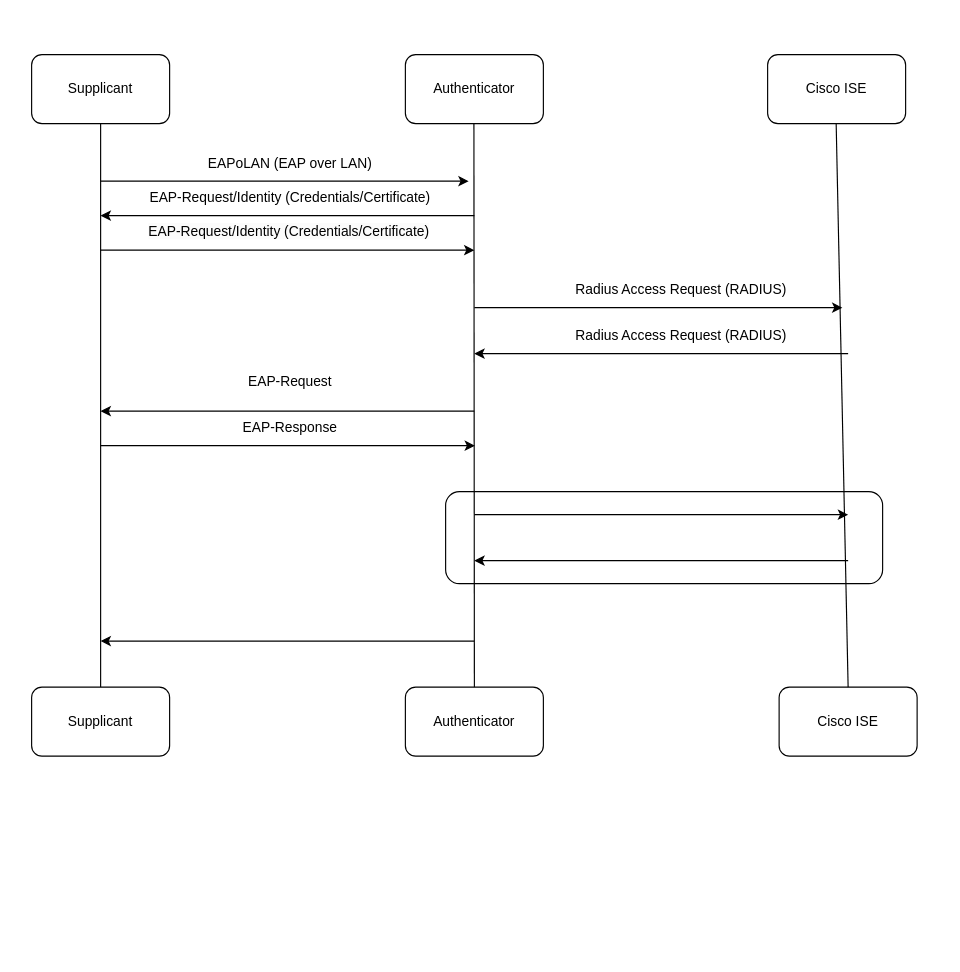
Above: folder1/Untitled Diagram.drawio in thundah-quack/Draw.IO_charts (draw.io), before the change. Source tidied: cells renumbered, new cells numbered last; positions are measured from the earlier drawing's top-left corner, leaving out a move shared by most shapes. Both pictures are drawn from the tidied source at 115%, with x=0, y=0 at pixel (31, 54).
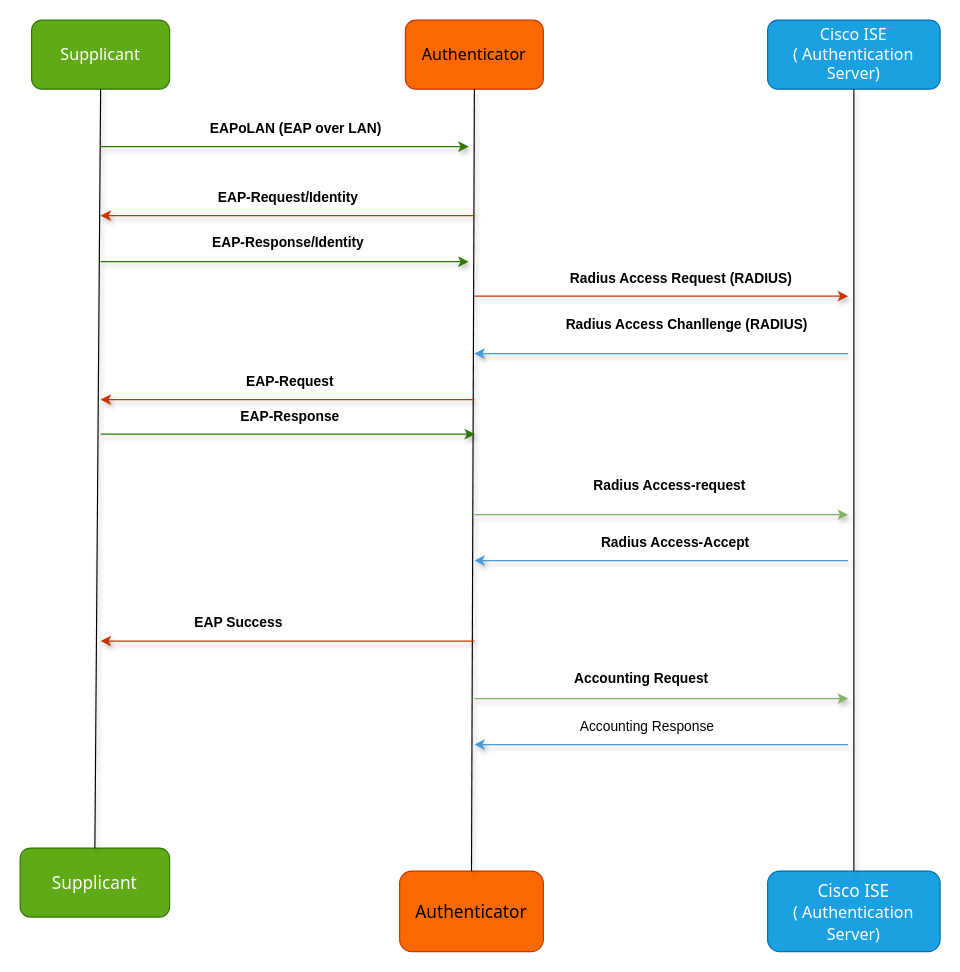
After the change.

The edit, as a diff of the source:
```diff
@@
-    <mxCell id="2" value="Supplicant" style="rounded=1;whiteSpace=wrap;html=1;" parent="1" vertex="1">
-      <mxGeometry width="120" height="60" as="geometry" />
+    <mxCell id="2" value="&lt;font face=&quot;Tahoma&quot; style=&quot;font-size: 14px;&quot;&gt;Supplicant&lt;/font&gt;" style="rounded=1;whiteSpace=wrap;html=1;fillColor=#60a917;fontColor=#ffffff;strokeColor=#2D7600;" parent="1" vertex="1">
+      <mxGeometry y="-30" width="120" height="60" as="geometry" />
     </mxCell>
-    <mxCell id="3" value="Authenticator" style="rounded=1;whiteSpace=wrap;html=1;" parent="1" vertex="1">
-      <mxGeometry x="325" width="120" height="60" as="geometry" />
+    <mxCell id="3" value="&lt;font style=&quot;font-size: 14px;&quot;&gt;Authenticator&lt;/font&gt;" style="rounded=1;whiteSpace=wrap;html=1;fillColor=#fa6800;fontColor=#000000;strokeColor=#C73500;fontFamily=Tahoma;" parent="1" vertex="1">
+      <mxGeometry x="325" y="-30" width="120" height="60" as="geometry" />
     </mxCell>
-    <mxCell id="4" value="Supplicant" style="rounded=1;whiteSpace=wrap;html=1;" parent="1" vertex="1">
-      <mxGeometry y="550" width="120" height="60" as="geometry" />
+    <mxCell id="4" value="&lt;font style=&quot;font-size: 15px;&quot;&gt;Supplicant&lt;/font&gt;" style="rounded=1;whiteSpace=wrap;html=1;fontFamily=Tahoma;fillColor=#60a917;fontColor=#ffffff;strokeColor=#2D7600;" parent="1" vertex="1">
+      <mxGeometry x="-10" y="690" width="130" height="60" as="geometry" />
     </mxCell>
-    <mxCell id="5" value="Authenticator" style="rounded=1;whiteSpace=wrap;html=1;" parent="1" vertex="1">
-      <mxGeometry x="325" y="550" width="120" height="60" as="geometry" />
+    <mxCell id="5" value="&lt;font style=&quot;font-size: 15px;&quot;&gt;Authenticator&lt;/font&gt;" style="rounded=1;whiteSpace=wrap;html=1;fontFamily=Tahoma;fillColor=#fa6800;fontColor=#000000;strokeColor=#C73500;" parent="1" vertex="1">
+      <mxGeometry x="320" y="710" width="125" height="70" as="geometry" />
     </mxCell>
-    <mxCell id="6" style="endArrow=none;html=1;rounded=0;entryX=0.5;entryY=1;entryDx=0;entryDy=0;exitX=0.5;exitY=0;exitDx=0;exitDy=0;" parent="1" edge="1" source="4" target="2">
+    <mxCell id="6" style="endArrow=none;html=1;rounded=0;entryX=0.5;entryY=1;entryDx=0;entryDy=0;exitX=0.5;exitY=0;exitDx=0;exitDy=0;targetPerimeterSpacing=0;shadow=1;" parent="1" edge="1" source="4" target="2">
       <mxGeometry relative="1" as="geometry" />
     </mxCell>
-    <mxCell id="7" style="endArrow=none;html=1;rounded=0;entryX=0.5;entryY=1;entryDx=0;entryDy=0;exitX=0.5;exitY=0;exitDx=0;exitDy=0;" parent="1" edge="1" source="5">
-      <mxGeometry relative="1" as="geometry">
-        <mxPoint x="384.6" y="60" as="targetPoint" />
-      </mxGeometry>
+    <mxCell id="7" style="endArrow=none;html=1;rounded=0;exitX=0.5;exitY=0;exitDx=0;exitDy=0;entryX=0.5;entryY=1;entryDx=0;entryDy=0;shadow=1;" parent="1" edge="1" source="5" target="3">
+      <mxGeometry relative="1" as="geometry" />
     </mxCell>
-    <mxCell id="8" value="Cisco ISE" style="rounded=1;whiteSpace=wrap;html=1;" parent="1" vertex="1">
-      <mxGeometry x="640" width="120" height="60" as="geometry" />
+    <mxCell id="8" value="&lt;font style=&quot;font-size: 14px;&quot;&gt;Cisco ISE&lt;/font&gt;&lt;div&gt;&lt;font style=&quot;font-size: 14px;&quot;&gt;( Authentication Server)&lt;/font&gt;&lt;/div&gt;" style="rounded=1;whiteSpace=wrap;html=1;fillColor=#1ba1e2;fontColor=#ffffff;strokeColor=#006EAF;fontFamily=Tahoma;" parent="1" vertex="1">
+      <mxGeometry x="640" y="-30" width="150" height="60" as="geometry" />
     </mxCell>
-    <mxCell id="9" value="Cisco ISE" style="rounded=1;whiteSpace=wrap;html=1;" parent="1" vertex="1">
-      <mxGeometry x="650" y="550" width="120" height="60" as="geometry" />
+    <mxCell id="9" value="&lt;font style=&quot;font-size: 15px;&quot;&gt;Cisco ISE&lt;/font&gt;&lt;div&gt;&lt;font style=&quot;font-size: 15px;&quot;&gt;&lt;span style=&quot;font-size: 14px;&quot;&gt;( Authentication Server)&lt;/span&gt;&lt;br&gt;&lt;/font&gt;&lt;/div&gt;" style="rounded=1;whiteSpace=wrap;html=1;fontFamily=Tahoma;fillColor=#1ba1e2;fontColor=#ffffff;strokeColor=#006EAF;" parent="1" vertex="1">
+      <mxGeometry x="640" y="710" width="150" height="70" as="geometry" />
     </mxCell>
-    <mxCell id="10" style="endArrow=none;html=1;rounded=0;entryX=0.5;entryY=1;entryDx=0;entryDy=0;exitX=0.5;exitY=0;exitDx=0;exitDy=0;" parent="1" edge="1" source="9">
-      <mxGeometry relative="1" as="geometry">
-        <mxPoint x="699.6" y="60" as="targetPoint" />
-      </mxGeometry>
+    <mxCell id="10" style="endArrow=none;html=1;rounded=0;entryX=0.5;entryY=1;entryDx=0;entryDy=0;exitX=0.5;exitY=0;exitDx=0;exitDy=0;shadow=1;" parent="1" edge="1" source="9" target="8">
+      <mxGeometry relative="1" as="geometry" />
     </mxCell>
-    <mxCell id="11" style="endArrow=classic;html=1;rounded=0;" parent="1" edge="1">
+    <mxCell id="11" style="endArrow=classic;html=1;rounded=0;fillColor=#60a917;strokeColor=#2D7600;flowAnimation=1;shadow=1;" parent="1" edge="1">
       <mxGeometry relative="1" as="geometry">
-        <mxPoint x="60" y="110" as="sourcePoint" />
-        <mxPoint x="380" y="110" as="targetPoint" />
+        <mxPoint x="60" y="80" as="sourcePoint" />
+        <mxPoint x="380" y="80" as="targetPoint" />
       </mxGeometry>
     </mxCell>
-    <mxCell id="12" style="endArrow=classic;html=1;rounded=0;" parent="1" edge="1">
+    <mxCell id="12" style="endArrow=classic;html=1;rounded=0;fillColor=#fa6800;flowAnimation=1;strokeColor=#C73500;shadow=1;" parent="1" edge="1">
       <mxGeometry relative="1" as="geometry">
         <mxPoint x="385" y="140" as="sourcePoint" />
         <mxPoint x="60" y="140" as="targetPoint" />
       </mxGeometry>
     </mxCell>
-    <mxCell id="13" style="endArrow=classic;html=1;rounded=0;" parent="1" edge="1">
+    <mxCell id="13" style="endArrow=classic;html=1;rounded=0;flowAnimation=1;fillColor=#60a917;strokeColor=#2D7600;shadow=1;" parent="1" edge="1">
       <mxGeometry relative="1" as="geometry">
-        <mxPoint x="60" y="170" as="sourcePoint" />
-        <mxPoint x="385" y="170" as="targetPoint" />
+        <mxPoint x="60" y="180" as="sourcePoint" />
+        <mxPoint x="380" y="180" as="targetPoint" />
       </mxGeometry>
     </mxCell>
-    <mxCell id="14" style="endArrow=classic;html=1;rounded=0;" parent="1" edge="1">
+    <mxCell id="14" style="endArrow=classic;html=1;rounded=0;fillColor=#fa6800;strokeColor=#C73500;flowAnimation=1;shadow=1;" parent="1" edge="1">
       <mxGeometry relative="1" as="geometry">
-        <mxPoint x="385" y="220" as="sourcePoint" />
-        <mxPoint x="705" y="220" as="targetPoint" />
+        <mxPoint x="385" y="210" as="sourcePoint" />
+        <mxPoint x="710" y="210" as="targetPoint" />
       </mxGeometry>
     </mxCell>
-    <mxCell id="15" style="endArrow=classic;html=1;rounded=0;" parent="1" edge="1">
+    <mxCell id="15" style="endArrow=classic;html=1;rounded=0;fillColor=#fa6800;strokeColor=#C73500;flowAnimation=1;shadow=1;" parent="1" edge="1">
       <mxGeometry relative="1" as="geometry">
-        <mxPoint x="385" y="310" as="sourcePoint" />
-        <mxPoint x="60" y="310" as="targetPoint" />
+        <mxPoint x="385" y="300" as="sourcePoint" />
+        <mxPoint x="60" y="300" as="targetPoint" />
       </mxGeometry>
     </mxCell>
-    <mxCell id="16" style="endArrow=classic;html=1;rounded=0;" parent="1" edge="1">
+    <mxCell id="16" style="endArrow=classic;html=1;rounded=0;fillColor=#60a917;strokeColor=#2D7600;flowAnimation=1;shadow=1;" parent="1" edge="1">
       <mxGeometry relative="1" as="geometry">
-        <mxPoint x="60" y="340" as="sourcePoint" />
-        <mxPoint x="385.5" y="340" as="targetPoint" />
+        <mxPoint x="60" y="330" as="sourcePoint" />
+        <mxPoint x="385.5" y="330" as="targetPoint" />
       </mxGeometry>
     </mxCell>
-    <mxCell id="17" style="endArrow=classic;html=1;rounded=0;" parent="1" edge="1">
+    <mxCell id="17" style="endArrow=classic;html=1;rounded=0;fillColor=#dae8fc;strokeColor=#439CE0;flowAnimation=1;shadow=1;" parent="1" edge="1">
       <mxGeometry relative="1" as="geometry">
         <mxPoint x="710" y="260" as="sourcePoint" />
         <mxPoint x="385" y="260" as="targetPoint" />
       </mxGeometry>
     </mxCell>
-    <mxCell id="18" style="endArrow=classic;html=1;rounded=0;" parent="1" edge="1">
+    <mxCell id="18" style="endArrow=classic;html=1;rounded=0;fillColor=#d5e8d4;strokeColor=#82b366;flowAnimation=1;shadow=1;" parent="1" edge="1">
       <mxGeometry relative="1" as="geometry">
         <mxPoint x="385" y="400" as="sourcePoint" />
         <mxPoint x="710" y="400" as="targetPoint" />
       </mxGeometry>
     </mxCell>
-    <mxCell id="19" style="endArrow=classic;html=1;rounded=0;" parent="1" edge="1">
+    <mxCell id="19" style="endArrow=classic;html=1;rounded=0;fillColor=#ffe6cc;strokeColor=#439CE0;flowAnimation=1;shadow=1;" parent="1" edge="1">
       <mxGeometry relative="1" as="geometry">
         <mxPoint x="710" y="440" as="sourcePoint" />
         <mxPoint x="385" y="440" as="targetPoint" />
       </mxGeometry>
     </mxCell>
-    <mxCell id="20" style="endArrow=classic;html=1;rounded=0;" parent="1" edge="1">
+    <mxCell id="20" style="endArrow=classic;html=1;rounded=0;fillColor=#fa6800;strokeColor=#C73500;flowAnimation=1;shadow=1;" parent="1" edge="1">
       <mxGeometry relative="1" as="geometry">
         <mxPoint x="385" y="510" as="sourcePoint" />
         <mxPoint x="60" y="510" as="targetPoint" />
       </mxGeometry>
     </mxCell>
-    <mxCell id="21" value="EAPoLAN (EAP over LAN)" style="text;strokeColor=none;align=center;fillColor=none;html=1;verticalAlign=middle;whiteSpace=wrap;rounded=0;" parent="1" vertex="1">
-      <mxGeometry x="150" y="80" width="150" height="30" as="geometry" />
+    <mxCell id="21" value="EAPoLAN (EAP over LAN)" style="text;strokeColor=none;align=center;fillColor=none;html=1;verticalAlign=middle;whiteSpace=wrap;rounded=0;fontStyle=1;" parent="1" vertex="1">
+      <mxGeometry x="150" y="50" width="160" height="30" as="geometry" />
     </mxCell>
-    <mxCell id="22" value="EAP-Request/Identity (Credentials/Certificate)" style="text;strokeColor=none;align=center;fillColor=none;html=1;verticalAlign=middle;whiteSpace=wrap;rounded=0;" parent="1" vertex="1">
+    <mxCell id="22" value="EAP-Request/Identity&amp;nbsp;" style="text;strokeColor=none;align=center;fillColor=none;html=1;verticalAlign=middle;whiteSpace=wrap;rounded=0;fontStyle=1;" parent="1" vertex="1">
       <mxGeometry x="100" y="110" width="250" height="30" as="geometry" />
     </mxCell>
-    <mxCell id="23" value="&lt;span style=&quot;color: rgb(0, 0, 0); font-family: Helvetica; font-size: 12px; font-style: normal; font-variant-ligatures: normal; font-variant-caps: normal; font-weight: 400; letter-spacing: normal; orphans: 2; text-align: center; text-indent: 0px; text-transform: none; widows: 2; word-spacing: 0px; -webkit-text-stroke-width: 0px; white-space: normal; background-color: rgb(251, 251, 251); text-decoration-thickness: initial; text-decoration-style: initial; text-decoration-color: initial; display: inline !important; float: none;&quot;&gt;EAP-Request/Identity (Credentials/Certificate)&lt;/span&gt;" style="text;whiteSpace=wrap;html=1;" parent="1" vertex="1">
-      <mxGeometry x="100" y="140" width="280" height="40" as="geometry" />
+    <mxCell id="23" value="&lt;span style=&quot;color: rgb(0, 0, 0); font-family: Helvetica; font-size: 12px; font-style: normal; font-variant-ligatures: normal; font-variant-caps: normal; letter-spacing: normal; orphans: 2; text-indent: 0px; text-transform: none; widows: 2; word-spacing: 0px; -webkit-text-stroke-width: 0px; white-space: normal; background-color: rgb(251, 251, 251); text-decoration-thickness: initial; text-decoration-style: initial; text-decoration-color: initial; float: none; display: inline !important;&quot;&gt;EAP-Response/Identity&amp;nbsp;&lt;/span&gt;" style="text;whiteSpace=wrap;html=1;align=center;fontStyle=1;" parent="1" vertex="1">
+      <mxGeometry x="85" y="150" width="280" height="20" as="geometry" />
     </mxCell>
-    <mxCell id="24" value="Radius Access Request (RADIUS)" style="text;strokeColor=none;align=center;fillColor=none;html=1;verticalAlign=middle;whiteSpace=wrap;rounded=0;" parent="1" vertex="1">
-      <mxGeometry x="470" y="190" width="190" height="30" as="geometry" />
+    <mxCell id="24" value="Radius Access Request (RADIUS)" style="text;strokeColor=none;align=center;fillColor=none;html=1;verticalAlign=middle;whiteSpace=wrap;rounded=0;fontStyle=1;" parent="1" vertex="1">
+      <mxGeometry x="465" y="180" width="200" height="30" as="geometry" />
     </mxCell>
-    <mxCell id="25" value="Radius Access Request (RADIUS)" style="text;strokeColor=none;align=center;fillColor=none;html=1;verticalAlign=middle;whiteSpace=wrap;rounded=0;" parent="1" vertex="1">
-      <mxGeometry x="470" y="230" width="190" height="30" as="geometry" />
+    <mxCell id="25" value="Radius Access Chanllenge (RADIUS)" style="text;strokeColor=none;align=center;fillColor=none;html=1;verticalAlign=middle;whiteSpace=wrap;rounded=0;fontStyle=1;" parent="1" vertex="1">
+      <mxGeometry x="455" y="220" width="230" height="30" as="geometry" />
     </mxCell>
-    <mxCell id="26" value="EAP-Request" style="text;strokeColor=none;align=center;fillColor=none;html=1;verticalAlign=middle;whiteSpace=wrap;rounded=0;" parent="1" vertex="1">
+    <mxCell id="26" value="EAP-Request" style="text;strokeColor=none;align=center;fillColor=none;html=1;verticalAlign=middle;whiteSpace=wrap;rounded=0;fontStyle=1;" parent="1" vertex="1">
       <mxGeometry x="150" y="270" width="150" height="30" as="geometry" />
     </mxCell>
-    <mxCell id="27" value="EAP-Response" style="text;strokeColor=none;align=center;fillColor=none;html=1;verticalAlign=middle;whiteSpace=wrap;rounded=0;" parent="1" vertex="1">
-      <mxGeometry x="150" y="310" width="150" height="30" as="geometry" />
+    <mxCell id="27" value="EAP-Response" style="text;strokeColor=none;align=center;fillColor=none;html=1;verticalAlign=middle;whiteSpace=wrap;rounded=0;fontStyle=1;" parent="1" vertex="1">
+      <mxGeometry x="150" y="300" width="150" height="30" as="geometry" />
     </mxCell>
-    <mxCell id="28" style="rounded=1;whiteSpace=wrap;html=1;fillColor=none;" parent="1" vertex="1">
-      <mxGeometry x="360" y="380" width="380" height="80" as="geometry" />
-    </mxCell>
+    <mxCell id="29" value="Radius Access-request" style="text;strokeColor=none;align=center;fillColor=none;html=1;verticalAlign=middle;whiteSpace=wrap;rounded=0;fontStyle=1;fontSize=12;" parent="1" vertex="1">
+      <mxGeometry x="480" y="360" width="150" height="30" as="geometry" />
+    </mxCell>
+    <mxCell id="30" value="Radius Access-Accept" style="text;strokeColor=none;align=center;fillColor=none;html=1;verticalAlign=middle;whiteSpace=wrap;rounded=0;fontStyle=1;" parent="1" vertex="1">
+      <mxGeometry x="445" y="410" width="230" height="30" as="geometry" />
+    </mxCell>
+    <mxCell id="31" value="&lt;span style=&quot;color: rgb(0, 0, 0); font-family: Helvetica; font-size: 12px; font-style: normal; font-variant-ligatures: normal; font-variant-caps: normal; letter-spacing: normal; orphans: 2; text-align: center; text-indent: 0px; text-transform: none; widows: 2; word-spacing: 0px; -webkit-text-stroke-width: 0px; white-space: normal; background-color: rgb(251, 251, 251); text-decoration-thickness: initial; text-decoration-style: initial; text-decoration-color: initial; float: none; display: inline !important;&quot;&gt;EAP Success&lt;/span&gt;" style="text;whiteSpace=wrap;html=1;fontStyle=1;" parent="1" vertex="1">
+      <mxGeometry x="140" y="480" width="250" height="40" as="geometry" />
+    </mxCell>
+    <mxCell id="32" style="endArrow=classic;html=1;rounded=0;fillColor=#d5e8d4;strokeColor=#82b366;flowAnimation=1;shadow=1;" parent="1" edge="1">
+      <mxGeometry relative="1" as="geometry">
+        <mxPoint x="385" y="560" as="sourcePoint" />
+        <mxPoint x="710" y="560" as="targetPoint" />
+      </mxGeometry>
+    </mxCell>
+    <mxCell id="33" style="endArrow=classic;html=1;rounded=0;fillColor=#ffe6cc;strokeColor=#439CE0;flowAnimation=1;shadow=1;" parent="1" edge="1">
+      <mxGeometry relative="1" as="geometry">
+        <mxPoint x="710" y="600" as="sourcePoint" />
+        <mxPoint x="385" y="600" as="targetPoint" />
+      </mxGeometry>
+    </mxCell>
+    <mxCell id="34" value="&lt;b&gt;Accounting Request&lt;/b&gt;" style="text;html=1;align=center;verticalAlign=middle;strokeColor=none;fillColor=none;" parent="1" vertex="1">
+      <mxGeometry x="460" y="528" width="140" height="30" as="geometry" />
+    </mxCell>
+    <mxCell id="35" value="Accounting Response" style="text;html=1;align=center;verticalAlign=middle;strokeColor=none;fillColor=none;" parent="1" vertex="1">
+      <mxGeometry x="465" y="570" width="140" height="30" as="geometry" />
+    </mxCell>
```
